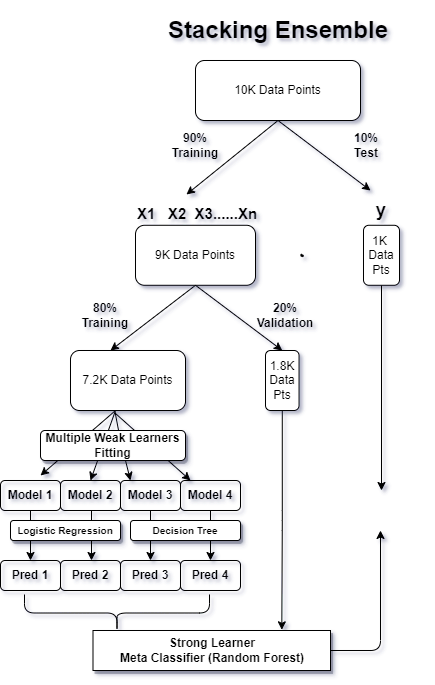
Earlier version of the draw.io export Working of Manual Stacking Ensemble.drawio.png (PBPatil/Stacking_ensemble). Source tidied: cells renumbered, new cells last; positions are measured from the earlier drawing's top-left corner, leaving out a move shared by most shapes.
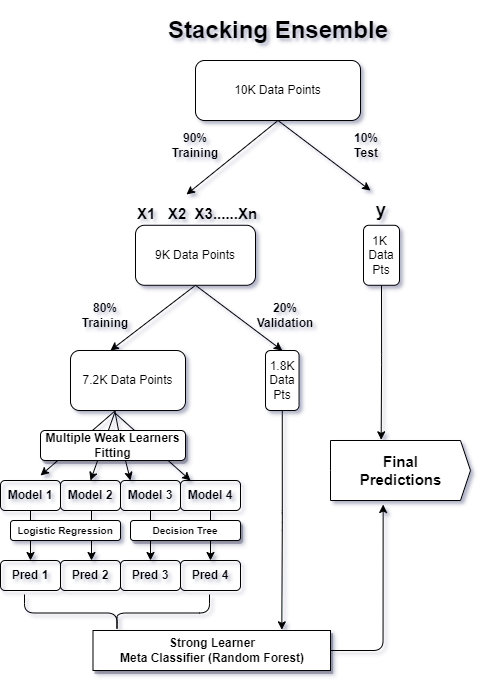
After the change.

The edit, as a diff of the source:
```diff
@@ -30,10 +30,8 @@
     <mxCell id="6" value="9K Data Points" style="rounded=1;whiteSpace=wrap;html=1;" parent="1" vertex="1">
       <mxGeometry x="135" y="204.8" width="120" height="60" as="geometry" />
     </mxCell>
-    <mxCell id="7" style="edgeStyle=orthogonalEdgeStyle;rounded=1;jettySize=auto;html=1;exitX=0.5;exitY=1;exitDx=0;exitDy=0;" parent="1" edge="1" source="8">
-      <mxGeometry relative="1" as="geometry">
-        <mxPoint x="381" y="470" as="targetPoint" />
-      </mxGeometry>
+    <mxCell id="7" style="edgeStyle=orthogonalEdgeStyle;rounded=1;jettySize=auto;html=1;exitX=0.5;exitY=1;exitDx=0;exitDy=0;entryX=0.362;entryY=-0.011;entryDx=0;entryDy=0;entryPerimeter=0;" parent="1" edge="1" source="8" target="43">
+      <mxGeometry relative="1" as="geometry" />
     </mxCell>
     <mxCell id="8" value="1K&amp;nbsp;&lt;br&gt;Data&lt;br&gt;Pts" style="rounded=1;whiteSpace=wrap;html=1;" parent="1" vertex="1">
       <mxGeometry x="363" y="204.8" width="36" height="60" as="geometry" />
@@ -41,9 +39,6 @@
     <mxCell id="9" value="&lt;h1&gt;Stacking Ensemble&lt;/h1&gt;" style="text;strokeColor=none;align=center;fillColor=none;html=1;verticalAlign=middle;whiteSpace=wrap;rounded=1;" parent="1" vertex="1">
       <mxGeometry x="132.5" width="290" height="20" as="geometry" />
     </mxCell>
-    <mxCell id="10" style="shape=(stored shape, 640 characters);lineShape=1;rounded=1;" parent="1" vertex="1">
-      <mxGeometry x="300.2" y="233.5" width="2.5" height="2.5" as="geometry" />
-    </mxCell>
     <mxCell id="11" value="&lt;font style=&quot;font-size: 18px;&quot;&gt;&lt;b style=&quot;&quot;&gt;&lt;sub&gt;X1&amp;nbsp; &amp;nbsp;X2&amp;nbsp; X3......Xn&lt;/sub&gt;&lt;/b&gt;&lt;/font&gt;" style="rounded=1;whiteSpace=wrap;html=1;align=left;shadow=0;strokeColor=none;fillColor=none;" parent="1" vertex="1">
       <mxGeometry x="135" y="175.6" width="130" height="29.2" as="geometry" />
     </mxCell>
@@ -132,7 +127,7 @@
     <mxCell id="37" value="&lt;b&gt;&lt;font style=&quot;font-size: 12px;&quot;&gt;Multiple Weak Learners Fitting&lt;/font&gt;&lt;/b&gt;" style="text;strokeColor=default;align=center;fillColor=default;html=1;verticalAlign=middle;whiteSpace=wrap;rounded=1;shadow=1;" parent="1" vertex="1">
       <mxGeometry x="40" y="410" width="145" height="30" as="geometry" />
     </mxCell>
-    <mxCell id="38" value="&lt;b&gt;&lt;font style=&quot;font-size: 10px;&quot;&gt;Logistic Regression&lt;/font&gt;&lt;/b&gt;" style="text;strokeColor=default;align=center;fillColor=default;html=1;verticalAlign=middle;whiteSpace=wrap;rounded=1;shadow=1;" parent="1" vertex="1">
+    <mxCell id="38" value="&lt;b&gt;&lt;font style=&quot;font-size: 10px;&quot;&gt;Logistic Regression&lt;/font&gt;&lt;/b&gt;" style="text;strokeColor=default;align=center;fillColor=default;html=1;verticalAlign=middle;whiteSpace=wrap;rounded=1;shadow=0;" parent="1" vertex="1">
       <mxGeometry x="10" y="500" width="110" height="20" as="geometry" />
     </mxCell>
     <mxCell id="39" value="&lt;b&gt;&lt;font style=&quot;font-size: 10px;&quot;&gt;Decision Tree&lt;/font&gt;&lt;/b&gt;" style="text;strokeColor=default;align=center;fillColor=default;html=1;verticalAlign=middle;whiteSpace=wrap;rounded=1;shadow=1;" parent="1" vertex="1">
@@ -141,13 +136,14 @@
     <mxCell id="40" style="shape=curlyBracket;whiteSpace=wrap;html=1;rounded=1;labelPosition=left;verticalLabelPosition=middle;align=right;verticalAlign=middle;hachureGap=4;fontFamily=Architects Daughter;fontSource=https%3A%2F%2Ffonts.googleapis.com%2Fcss%3Ffamily%3DArchitects%2BDaughter;fontSize=20;size=0.5;rotation=-90;" parent="1" vertex="1">
       <mxGeometry x="98" y="500" width="37" height="185" as="geometry" />
     </mxCell>
-    <mxCell id="41" style="edgeStyle=orthogonalEdgeStyle;rounded=1;jettySize=auto;html=1;exitX=1;exitY=0.5;exitDx=0;exitDy=0;" parent="1" edge="1" source="42">
-      <mxGeometry relative="1" as="geometry">
-        <mxPoint x="380" y="510" as="targetPoint" />
-      </mxGeometry>
+    <mxCell id="41" style="edgeStyle=orthogonalEdgeStyle;rounded=1;jettySize=auto;html=1;exitX=1;exitY=0.5;exitDx=0;exitDy=0;entryX=0.376;entryY=1.067;entryDx=0;entryDy=0;entryPerimeter=0;" parent="1" edge="1" source="42" target="43">
+      <mxGeometry relative="1" as="geometry" />
     </mxCell>
     <mxCell id="42" value="&lt;b&gt;Strong Learner&lt;br&gt;Meta Classifier (Random Forest)&lt;/b&gt;" style="rounded=0;whiteSpace=wrap;html=1;shadow=1;" parent="1" vertex="1">
       <mxGeometry x="92.5" y="610" width="237.5" height="40" as="geometry" />
     </mxCell>
+    <mxCell id="43" value="&lt;b&gt;&lt;font style=&quot;font-size: 15px;&quot;&gt;Final&lt;br&gt;Predictions&lt;/font&gt;&lt;/b&gt;" style="html=1;shadow=0;dashed=0;align=center;verticalAlign=middle;shape=mxgraph.arrows2.arrow;dy=0;dx=10;notch=0;rounded=1;" parent="1" vertex="1">
+      <mxGeometry x="330" y="420" width="140" height="60" as="geometry" />
+    </mxCell>
   </root>
 </mxGraphModel>
```
